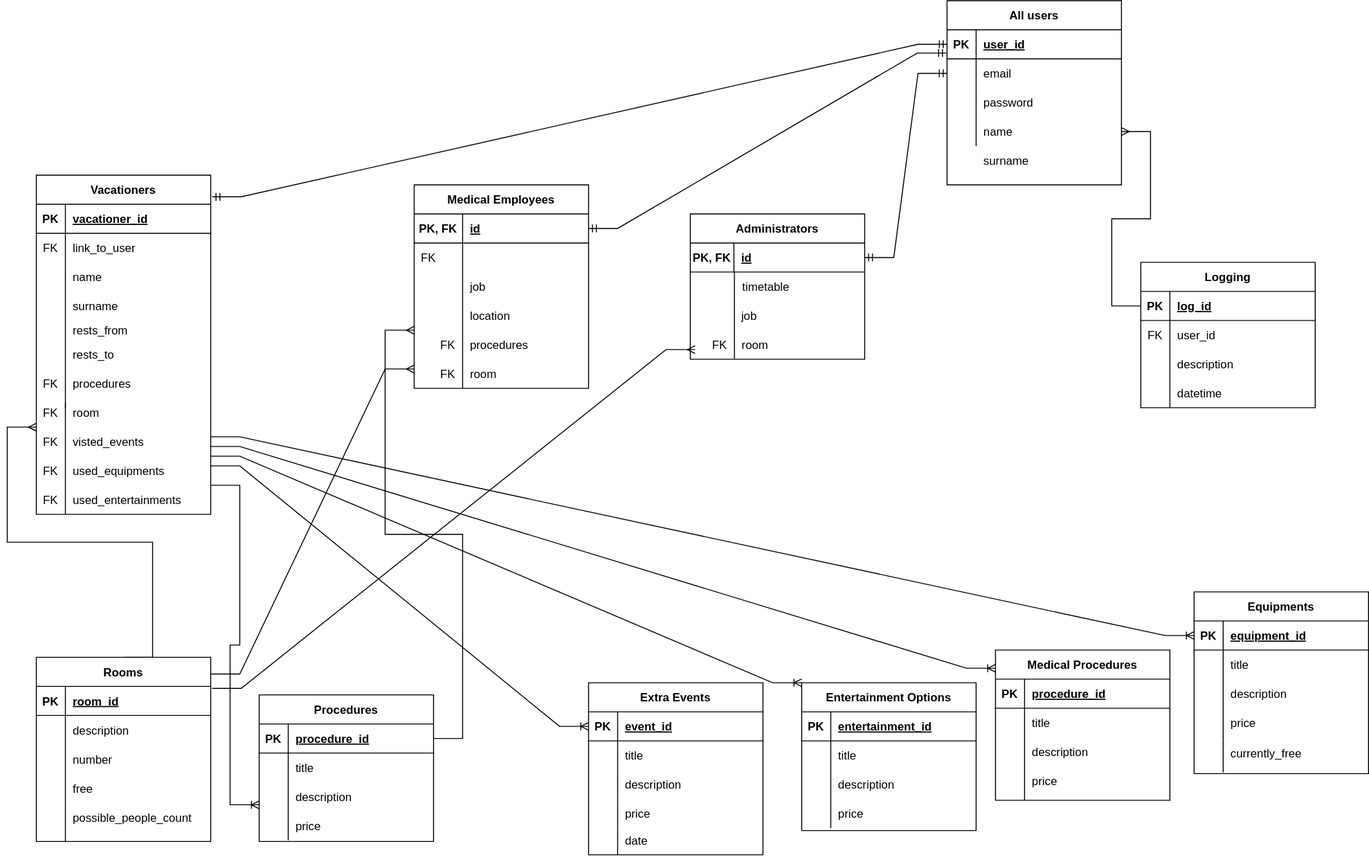
Above: 5_semester/LR1/scheme.drawio.svg in user-of-github/BSUIR_Labs_Data-models-and-database-management-systems (draw.io), before the change. Source tidied: cells renumbered, new cells last; positions are measured from the earlier drawing's top-left corner, leaving out a move shared by most shapes.
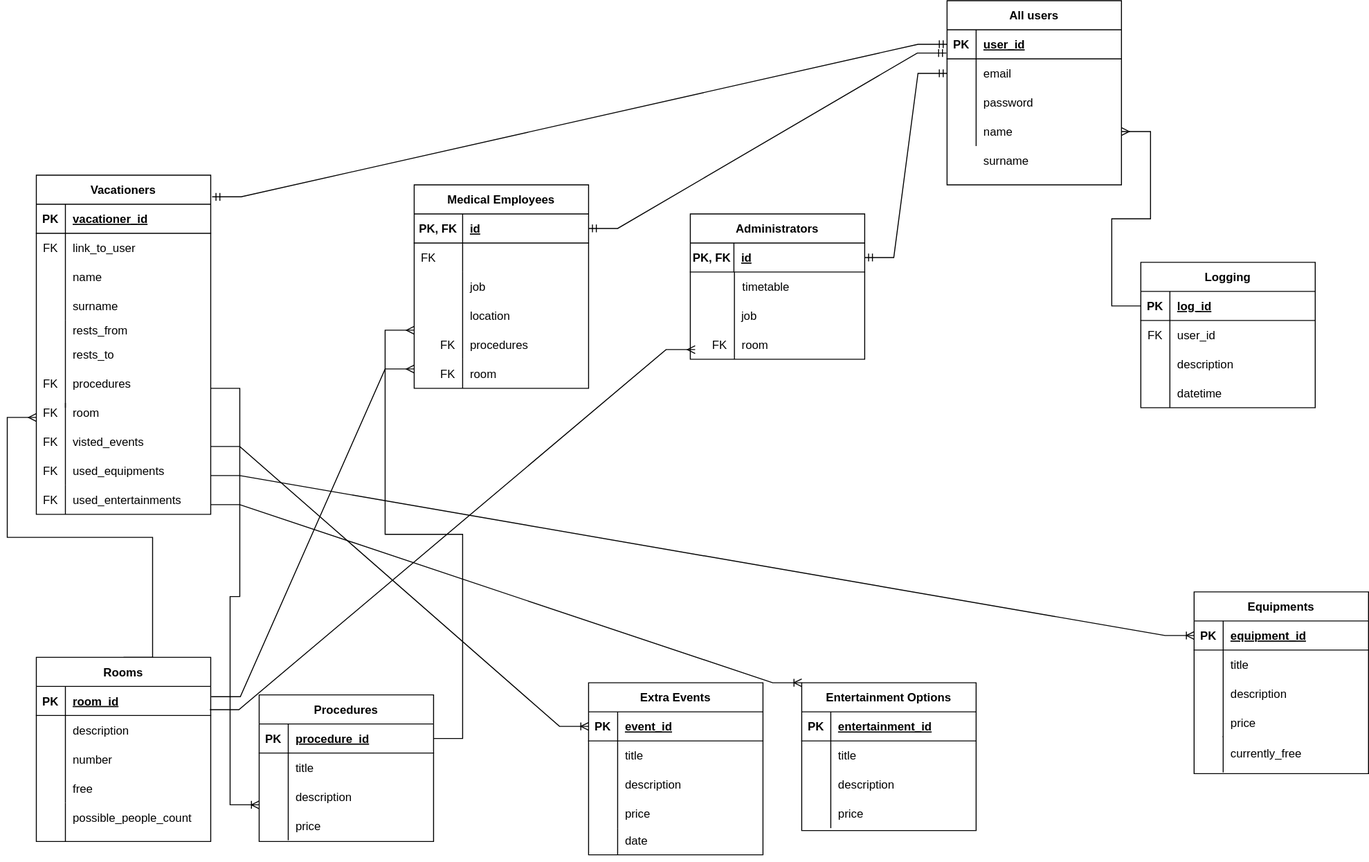
The same file after the commit.

What changed in the source:
```diff
@@ -188,51 +188,6 @@
     <mxCell id="60" style="shape=partialRectangle;fillColor=none;top=0;left=0;bottom=0;right=0;overflow=hidden;" parent="1" vertex="1">
       <mxGeometry y="350" width="30" height="30" as="geometry" />
     </mxCell>
-    <mxCell id="61" value="Medical Procedures" style="shape=table;startSize=30;rowLines=0;fontStyle=1;align=center;" parent="1" vertex="1">
-      <mxGeometry x="990" y="670" width="180" height="155" as="geometry" />
-    </mxCell>
-    <mxCell id="62" style="shape=tableRow;horizontal=0;startSize=0;swimlaneHead=0;swimlaneBody=0;fillColor=none;top=0;left=0;right=0;bottom=1;" parent="61" vertex="1">
-      <mxGeometry y="30" width="180" height="30" as="geometry" />
-    </mxCell>
-    <mxCell id="63" value="PK" style="shape=partialRectangle;fillColor=none;top=0;left=0;bottom=0;right=0;fontStyle=1;overflow=hidden;" parent="62" vertex="1">
-      <mxGeometry width="30" height="30" as="geometry" />
-    </mxCell>
-    <mxCell id="64" value="procedure_id" style="shape=partialRectangle;fillColor=none;top=0;left=0;bottom=0;right=0;align=left;spacingLeft=6;fontStyle=5;overflow=hidden;" parent="62" vertex="1">
-      <mxGeometry x="30" width="150" height="30" as="geometry" />
-    </mxCell>
-    <mxCell id="65" style="shape=tableRow;horizontal=0;startSize=0;swimlaneHead=0;swimlaneBody=0;fillColor=none;top=0;left=0;right=0;bottom=0;" parent="61" vertex="1">
-      <mxGeometry y="60" width="180" height="30" as="geometry" />
-    </mxCell>
-    <mxCell id="66" style="shape=partialRectangle;fillColor=none;top=0;left=0;bottom=0;right=0;overflow=hidden;" parent="65" vertex="1">
-      <mxGeometry width="30" height="30" as="geometry" />
-    </mxCell>
-    <mxCell id="67" value="title" style="shape=partialRectangle;fillColor=none;top=0;left=0;bottom=0;right=0;align=left;spacingLeft=6;overflow=hidden;" parent="65" vertex="1">
-      <mxGeometry x="30" width="150" height="30" as="geometry" />
-    </mxCell>
-    <mxCell id="68" style="shape=tableRow;horizontal=0;startSize=0;swimlaneHead=0;swimlaneBody=0;fillColor=none;top=0;left=0;right=0;bottom=0;" parent="61" vertex="1">
-      <mxGeometry y="90" width="180" height="30" as="geometry" />
-    </mxCell>
-    <mxCell id="69" style="shape=partialRectangle;fillColor=none;top=0;left=0;bottom=0;right=0;overflow=hidden;" parent="68" vertex="1">
-      <mxGeometry width="30" height="30" as="geometry" />
-    </mxCell>
-    <mxCell id="70" value="description" style="shape=partialRectangle;fillColor=none;top=0;left=0;bottom=0;right=0;align=left;spacingLeft=6;overflow=hidden;" parent="68" vertex="1">
-      <mxGeometry x="30" width="150" height="30" as="geometry" />
-    </mxCell>
-    <mxCell id="71" style="shape=tableRow;horizontal=0;startSize=0;swimlaneHead=0;swimlaneBody=0;fillColor=none;top=0;left=0;right=0;bottom=0;" parent="61" vertex="1">
-      <mxGeometry y="120" width="180" height="30" as="geometry" />
-    </mxCell>
-    <mxCell id="72" style="shape=partialRectangle;fillColor=none;top=0;left=0;bottom=0;right=0;overflow=hidden;" parent="71" vertex="1">
-      <mxGeometry width="30" height="30" as="geometry" />
-    </mxCell>
-    <mxCell id="73" value="price" style="shape=partialRectangle;fillColor=none;top=0;left=0;bottom=0;right=0;align=left;spacingLeft=6;overflow=hidden;" parent="71" vertex="1">
-      <mxGeometry x="30" width="150" height="30" as="geometry" />
-    </mxCell>
-    <mxCell id="74" style="endArrow=none;html=1;rounded=0;" parent="1" edge="1">
-      <mxGeometry relative="1" as="geometry">
-        <mxPoint x="1020" y="820" as="sourcePoint" />
-        <mxPoint x="1020" y="825" as="targetPoint" />
-      </mxGeometry>
-    </mxCell>
     <mxCell id="75" style="shape=partialRectangle;fillColor=none;top=0;left=0;bottom=0;right=0;overflow=hidden;" parent="1" vertex="1">
       <mxGeometry x="990" y="790" width="30" height="30" as="geometry" />
     </mxCell>
@@ -436,7 +391,7 @@
     </mxCell>
     <mxCell id="139" style="edgeStyle=entityRelationEdgeStyle;fontSize=12;html=1;endArrow=ERoneToMany;rounded=0;entryX=0;entryY=0.5;entryDx=0;entryDy=0;" parent="1" edge="1" target="106">
       <mxGeometry relative="1" as="geometry">
-        <mxPoint x="180" y="480" as="sourcePoint" />
+        <mxPoint x="180" y="460" as="sourcePoint" />
       </mxGeometry>
     </mxCell>
     <mxCell id="140" value="used_equipments" style="shape=partialRectangle;fillColor=none;top=0;left=0;bottom=0;right=0;align=left;spacingLeft=6;overflow=hidden;" parent="1" vertex="1">
@@ -453,17 +408,12 @@
     </mxCell>
     <mxCell id="144" style="edgeStyle=entityRelationEdgeStyle;fontSize=12;html=1;endArrow=ERoneToMany;rounded=0;entryX=0;entryY=0;entryDx=0;entryDy=0;" parent="1" edge="1" target="92">
       <mxGeometry relative="1" as="geometry">
-        <mxPoint x="180" y="470" as="sourcePoint" />
+        <mxPoint x="180" y="520" as="sourcePoint" />
       </mxGeometry>
     </mxCell>
-    <mxCell id="145" style="edgeStyle=entityRelationEdgeStyle;fontSize=12;html=1;endArrow=ERoneToMany;rounded=0;entryX=0;entryY=0.121;entryDx=0;entryDy=0;entryPerimeter=0;" parent="1" edge="1" target="61">
-      <mxGeometry relative="1" as="geometry">
-        <mxPoint x="180" y="460" as="sourcePoint" />
-      </mxGeometry>
-    </mxCell>
     <mxCell id="146" style="edgeStyle=entityRelationEdgeStyle;fontSize=12;html=1;endArrow=ERoneToMany;rounded=0;entryX=0;entryY=0.5;entryDx=0;entryDy=0;" parent="1" edge="1" target="77">
       <mxGeometry relative="1" as="geometry">
-        <mxPoint x="180" y="450" as="sourcePoint" />
+        <mxPoint x="180" y="490" as="sourcePoint" />
       </mxGeometry>
     </mxCell>
     <mxCell id="147" value="Logging" style="shape=table;startSize=30;rowLines=0;fontStyle=1;align=center;" parent="1" vertex="1">
@@ -522,7 +472,7 @@
     </mxCell>
     <mxCell id="165" style="edgeStyle=entityRelationEdgeStyle;fontSize=12;html=1;endArrow=ERmany;rounded=0;exitX=0.5;exitY=0;exitDx=0;exitDy=0;" parent="1" edge="1" source="2">
       <mxGeometry relative="1" as="geometry">
-        <mxPoint y="440" as="targetPoint" />
+        <mxPoint y="430" as="targetPoint" />
       </mxGeometry>
     </mxCell>
     <mxCell id="166" style="endArrow=none;html=1;rounded=0;" parent="1" edge="1">
@@ -543,7 +493,7 @@
     <mxCell id="169" value="FK" style="shape=partialRectangle;fillColor=none;top=0;left=0;bottom=0;right=0;overflow=hidden;" parent="1" vertex="1">
       <mxGeometry x="390" y="250" width="30" height="30" as="geometry" />
     </mxCell>
-    <mxCell id="170" style="edgeStyle=entityRelationEdgeStyle;fontSize=12;html=1;endArrow=ERmany;rounded=0;exitX=1;exitY=0.091;exitDx=0;exitDy=0;exitPerimeter=0;" parent="1" edge="1" source="2">
+    <mxCell id="170" style="edgeStyle=entityRelationEdgeStyle;fontSize=12;html=1;endArrow=ERmany;rounded=0;exitX=1.003;exitY=0.354;exitDx=0;exitDy=0;exitPerimeter=0;" parent="1" edge="1" source="3">
       <mxGeometry relative="1" as="geometry">
         <mxPoint x="390" y="380" as="targetPoint" />
       </mxGeometry>
@@ -595,7 +545,7 @@
     <mxCell id="185" value="room" style="shape=partialRectangle;fillColor=none;top=0;left=0;bottom=0;right=0;align=left;spacingLeft=6;overflow=hidden;" parent="1" vertex="1">
       <mxGeometry x="720.5" y="340" width="130.5" height="30" as="geometry" />
     </mxCell>
-    <mxCell id="186" style="edgeStyle=entityRelationEdgeStyle;fontSize=12;html=1;endArrow=ERmany;rounded=0;exitX=1.008;exitY=0.067;exitDx=0;exitDy=0;exitPerimeter=0;" parent="1" edge="1" source="3">
+    <mxCell id="186" style="edgeStyle=entityRelationEdgeStyle;fontSize=12;html=1;endArrow=ERmany;rounded=0;exitX=0.995;exitY=0.801;exitDx=0;exitDy=0;exitPerimeter=0;" parent="1" edge="1" source="3">
       <mxGeometry relative="1" as="geometry">
         <mxPoint x="680" y="360" as="targetPoint" />
       </mxGeometry>
@@ -614,7 +564,7 @@
     </mxCell>
     <mxCell id="190" style="edgeStyle=entityRelationEdgeStyle;fontSize=12;html=1;endArrow=ERoneToMany;rounded=0;entryX=0;entryY=0.75;entryDx=0;entryDy=0;" parent="1" edge="1" target="171">
       <mxGeometry relative="1" as="geometry">
-        <mxPoint x="180" y="500" as="sourcePoint" />
+        <mxPoint x="180" y="400" as="sourcePoint" />
       </mxGeometry>
     </mxCell>
     <mxCell id="191" style="shape=tableRow;horizontal=0;startSize=0;swimlaneHead=0;swimlaneBody=0;fillColor=none;top=0;left=0;right=0;bottom=0;" parent="1" vertex="1">
```
